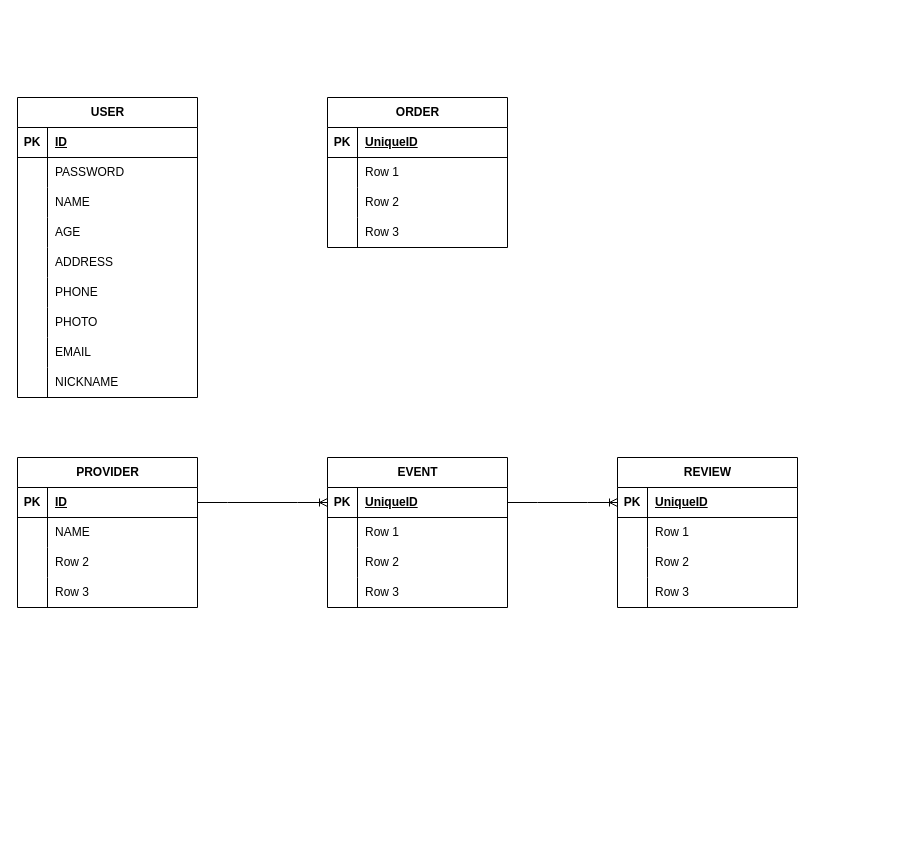
The draw.io diagram EventLinkERD.drawio in leeheeweon/EventLink, before the edit. Source tidied: cells renumbered, new cells numbered last; positions are measured from the earlier drawing's top-left corner, leaving out a move shared by most shapes. Both pictures are drawn from the tidied source at 100%, with x=0, y=0 at pixel (17, 97).
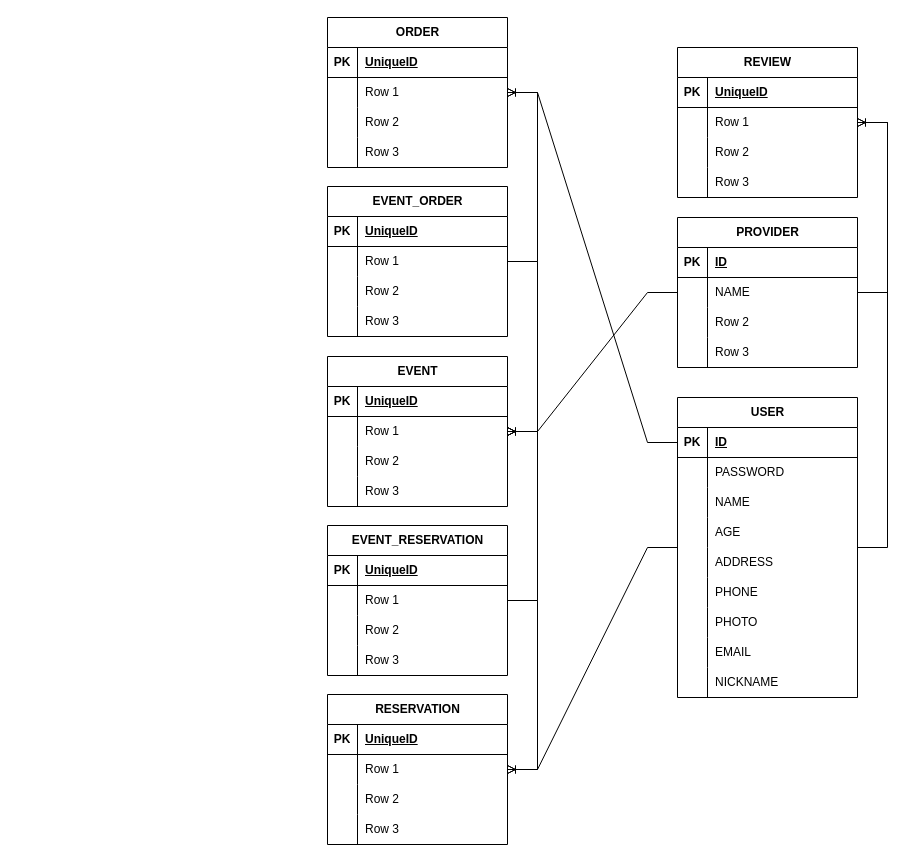
After the change.

Unchanged cells that the change refers to:
```xml
<mxCell id="3" style="shape=tableRow;horizontal=0;startSize=0;swimlaneHead=0;swimlaneBody=0;fillColor=none;points=[[0,0.5],[1,0.5]];portConstraint=eastwest;top=0;left=0;right=0;bottom=1;" parent="2" vertex="1">
  <mxGeometry y="30" width="180" height="30" as="geometry" />
</mxCell>
<mxCell id="31" style="shape=tableRow;horizontal=0;startSize=0;swimlaneHead=0;swimlaneBody=0;fillColor=none;points=[[0,0.5],[1,0.5]];portConstraint=eastwest;top=0;left=0;right=0;bottom=1;" parent="30" vertex="1">
  <mxGeometry y="30" width="180" height="30" as="geometry" />
</mxCell>
<mxCell id="44" style="shape=tableRow;horizontal=0;startSize=0;swimlaneHead=0;swimlaneBody=0;fillColor=none;points=[[0,0.5],[1,0.5]];portConstraint=eastwest;top=0;left=0;right=0;bottom=1;" parent="43" vertex="1">
  <mxGeometry y="30" width="180" height="30" as="geometry" />
</mxCell>
<mxCell id="70" style="shape=tableRow;horizontal=0;startSize=0;swimlaneHead=0;swimlaneBody=0;fillColor=none;points=[[0,0.5],[1,0.5]];portConstraint=eastwest;top=0;left=0;right=0;bottom=1;" parent="69" vertex="1">
  <mxGeometry y="30" width="180" height="30" as="geometry" />
</mxCell>
```

Change to the diagram source:
```diff
@@
     <mxCell id="2" value="USER" style="shape=table;startSize=30;childLayout=tableLayout;rowLines=0;fontStyle=1;align=center;html=1;" parent="1" vertex="1">
-      <mxGeometry width="180" height="300" as="geometry" />
+      <mxGeometry x="660" y="300" width="180" height="300" as="geometry" />
     </mxCell>
@@
     <mxCell id="30" value="EVENT" style="shape=table;startSize=30;childLayout=tableLayout;rowLines=0;fontStyle=1;align=center;html=1;" parent="1" vertex="1">
-      <mxGeometry x="310" y="360" width="180" height="150" as="geometry" />
+      <mxGeometry x="310" y="259" width="180" height="150" as="geometry" />
     </mxCell>
@@
     <mxCell id="43" value="PROVIDER" style="shape=table;startSize=30;childLayout=tableLayout;rowLines=0;fontStyle=1;align=center;html=1;" parent="1" vertex="1">
-      <mxGeometry y="360" width="180" height="150" as="geometry" />
+      <mxGeometry x="660" y="120" width="180" height="150" as="geometry" />
     </mxCell>
@@
     <mxCell id="56" value="ORDER" style="shape=table;startSize=30;childLayout=tableLayout;rowLines=0;fontStyle=1;align=center;html=1;" parent="1" vertex="1">
-      <mxGeometry x="310" width="180" height="150" as="geometry" />
+      <mxGeometry x="310" y="-80" width="180" height="150" as="geometry" />
     </mxCell>
@@
     <mxCell id="69" value="REVIEW" style="shape=table;startSize=30;childLayout=tableLayout;rowLines=0;fontStyle=1;align=center;html=1;" parent="1" vertex="1">
-      <mxGeometry x="600" y="360" width="180" height="150" as="geometry" />
+      <mxGeometry x="660" y="-50" width="180" height="150" as="geometry" />
     </mxCell>
@@
-    <mxCell id="82" style="edgeStyle=entityRelationEdgeStyle;fontSize=12;html=1;endArrow=ERoneToMany;rounded=0;exitX=1;exitY=0.5;exitDx=0;exitDy=0;entryX=0;entryY=0.5;entryDx=0;entryDy=0;" parent="1" edge="1" source="44" target="31">
+    <mxCell id="82" style="edgeStyle=entityRelationEdgeStyle;fontSize=12;html=1;endArrow=ERoneToMany;rounded=0;" parent="1" edge="1" source="43" target="30">
       <mxGeometry relative="1" as="geometry" />
     </mxCell>
-    <mxCell id="83" style="edgeStyle=entityRelationEdgeStyle;fontSize=12;html=1;endArrow=ERoneToMany;rounded=0;exitX=1;exitY=0.5;exitDx=0;exitDy=0;entryX=0;entryY=0.5;entryDx=0;entryDy=0;" parent="1" edge="1" source="31" target="70">
+    <mxCell id="83" style="edgeStyle=entityRelationEdgeStyle;fontSize=12;html=1;endArrow=ERoneToMany;rounded=0;" parent="1" edge="1" source="43" target="69">
       <mxGeometry relative="1" as="geometry" />
     </mxCell>
+    <mxCell id="84" value="EVENT_ORDER" style="shape=table;startSize=30;childLayout=tableLayout;rowLines=0;fontStyle=1;align=center;html=1;" parent="1" vertex="1">
+      <mxGeometry x="310" y="89" width="180" height="150" as="geometry" />
+    </mxCell>
+    <mxCell id="85" style="shape=tableRow;horizontal=0;startSize=0;swimlaneHead=0;swimlaneBody=0;fillColor=none;top=0;left=0;right=0;bottom=1;" parent="84" vertex="1">
+      <mxGeometry y="30" width="180" height="30" as="geometry" />
+    </mxCell>
+    <mxCell id="86" value="PK" style="shape=partialRectangle;fillColor=none;top=0;left=0;bottom=0;right=0;fontStyle=1;overflow=hidden;whiteSpace=wrap;html=1;" parent="85" vertex="1">
+      <mxGeometry width="30" height="30" as="geometry" />
+    </mxCell>
+    <mxCell id="87" value="UniqueID" style="shape=partialRectangle;fillColor=none;top=0;left=0;bottom=0;right=0;align=left;spacingLeft=6;fontStyle=5;overflow=hidden;whiteSpace=wrap;html=1;" parent="85" vertex="1">
+      <mxGeometry x="30" width="150" height="30" as="geometry" />
+    </mxCell>
+    <mxCell id="88" style="shape=tableRow;horizontal=0;startSize=0;swimlaneHead=0;swimlaneBody=0;fillColor=none;top=0;left=0;right=0;bottom=0;" parent="84" vertex="1">
+      <mxGeometry y="60" width="180" height="30" as="geometry" />
+    </mxCell>
+    <mxCell id="89" style="shape=partialRectangle;fillColor=none;top=0;left=0;bottom=0;right=0;overflow=hidden;whiteSpace=wrap;html=1;" parent="88" vertex="1">
+      <mxGeometry width="30" height="30" as="geometry" />
+    </mxCell>
+    <mxCell id="90" value="Row 1" style="shape=partialRectangle;fillColor=none;top=0;left=0;bottom=0;right=0;align=left;spacingLeft=6;overflow=hidden;whiteSpace=wrap;html=1;" parent="88" vertex="1">
+      <mxGeometry x="30" width="150" height="30" as="geometry" />
+    </mxCell>
+    <mxCell id="91" style="shape=tableRow;horizontal=0;startSize=0;swimlaneHead=0;swimlaneBody=0;fillColor=none;top=0;left=0;right=0;bottom=0;" parent="84" vertex="1">
+      <mxGeometry y="90" width="180" height="30" as="geometry" />
+    </mxCell>
+    <mxCell id="92" style="shape=partialRectangle;fillColor=none;top=0;left=0;bottom=0;right=0;overflow=hidden;whiteSpace=wrap;html=1;" parent="91" vertex="1">
+      <mxGeometry width="30" height="30" as="geometry" />
+    </mxCell>
+    <mxCell id="93" value="Row 2" style="shape=partialRectangle;fillColor=none;top=0;left=0;bottom=0;right=0;align=left;spacingLeft=6;overflow=hidden;whiteSpace=wrap;html=1;" parent="91" vertex="1">
+      <mxGeometry x="30" width="150" height="30" as="geometry" />
+    </mxCell>
+    <mxCell id="94" style="shape=tableRow;horizontal=0;startSize=0;swimlaneHead=0;swimlaneBody=0;fillColor=none;top=0;left=0;right=0;bottom=0;" parent="84" vertex="1">
+      <mxGeometry y="120" width="180" height="30" as="geometry" />
+    </mxCell>
+    <mxCell id="95" style="shape=partialRectangle;fillColor=none;top=0;left=0;bottom=0;right=0;overflow=hidden;whiteSpace=wrap;html=1;" parent="94" vertex="1">
+      <mxGeometry width="30" height="30" as="geometry" />
+    </mxCell>
+    <mxCell id="96" value="Row 3" style="shape=partialRectangle;fillColor=none;top=0;left=0;bottom=0;right=0;align=left;spacingLeft=6;overflow=hidden;whiteSpace=wrap;html=1;" parent="94" vertex="1">
+      <mxGeometry x="30" width="150" height="30" as="geometry" />
+    </mxCell>
+    <mxCell id="97" value="RESERVATION" style="shape=table;startSize=30;childLayout=tableLayout;rowLines=0;fontStyle=1;align=center;html=1;" parent="1" vertex="1">
+      <mxGeometry x="310" y="597" width="180" height="150" as="geometry" />
+    </mxCell>
+    <mxCell id="98" style="shape=tableRow;horizontal=0;startSize=0;swimlaneHead=0;swimlaneBody=0;fillColor=none;top=0;left=0;right=0;bottom=1;" parent="97" vertex="1">
+      <mxGeometry y="30" width="180" height="30" as="geometry" />
+    </mxCell>
+    <mxCell id="99" value="PK" style="shape=partialRectangle;fillColor=none;top=0;left=0;bottom=0;right=0;fontStyle=1;overflow=hidden;whiteSpace=wrap;html=1;" parent="98" vertex="1">
+      <mxGeometry width="30" height="30" as="geometry" />
+    </mxCell>
+    <mxCell id="100" value="UniqueID" style="shape=partialRectangle;fillColor=none;top=0;left=0;bottom=0;right=0;align=left;spacingLeft=6;fontStyle=5;overflow=hidden;whiteSpace=wrap;html=1;" parent="98" vertex="1">
+      <mxGeometry x="30" width="150" height="30" as="geometry" />
+    </mxCell>
+    <mxCell id="101" style="shape=tableRow;horizontal=0;startSize=0;swimlaneHead=0;swimlaneBody=0;fillColor=none;top=0;left=0;right=0;bottom=0;" parent="97" vertex="1">
+      <mxGeometry y="60" width="180" height="30" as="geometry" />
+    </mxCell>
+    <mxCell id="102" style="shape=partialRectangle;fillColor=none;top=0;left=0;bottom=0;right=0;overflow=hidden;whiteSpace=wrap;html=1;" parent="101" vertex="1">
+      <mxGeometry width="30" height="30" as="geometry" />
+    </mxCell>
+    <mxCell id="103" value="Row 1" style="shape=partialRectangle;fillColor=none;top=0;left=0;bottom=0;right=0;align=left;spacingLeft=6;overflow=hidden;whiteSpace=wrap;html=1;" parent="101" vertex="1">
+      <mxGeometry x="30" width="150" height="30" as="geometry" />
+    </mxCell>
+    <mxCell id="104" style="shape=tableRow;horizontal=0;startSize=0;swimlaneHead=0;swimlaneBody=0;fillColor=none;top=0;left=0;right=0;bottom=0;" parent="97" vertex="1">
+      <mxGeometry y="90" width="180" height="30" as="geometry" />
+    </mxCell>
+    <mxCell id="105" style="shape=partialRectangle;fillColor=none;top=0;left=0;bottom=0;right=0;overflow=hidden;whiteSpace=wrap;html=1;" parent="104" vertex="1">
+      <mxGeometry width="30" height="30" as="geometry" />
+    </mxCell>
+    <mxCell id="106" value="Row 2" style="shape=partialRectangle;fillColor=none;top=0;left=0;bottom=0;right=0;align=left;spacingLeft=6;overflow=hidden;whiteSpace=wrap;html=1;" parent="104" vertex="1">
+      <mxGeometry x="30" width="150" height="30" as="geometry" />
+    </mxCell>
+    <mxCell id="107" style="shape=tableRow;horizontal=0;startSize=0;swimlaneHead=0;swimlaneBody=0;fillColor=none;top=0;left=0;right=0;bottom=0;" parent="97" vertex="1">
+      <mxGeometry y="120" width="180" height="30" as="geometry" />
+    </mxCell>
+    <mxCell id="108" style="shape=partialRectangle;fillColor=none;top=0;left=0;bottom=0;right=0;overflow=hidden;whiteSpace=wrap;html=1;" parent="107" vertex="1">
+      <mxGeometry width="30" height="30" as="geometry" />
+    </mxCell>
+    <mxCell id="109" value="Row 3" style="shape=partialRectangle;fillColor=none;top=0;left=0;bottom=0;right=0;align=left;spacingLeft=6;overflow=hidden;whiteSpace=wrap;html=1;" parent="107" vertex="1">
+      <mxGeometry x="30" width="150" height="30" as="geometry" />
+    </mxCell>
+    <mxCell id="110" style="edgeStyle=entityRelationEdgeStyle;fontSize=12;html=1;endArrow=ERoneToMany;rounded=0;" parent="1" edge="1" source="84" target="30">
+      <mxGeometry relative="1" as="geometry" />
+    </mxCell>
+    <mxCell id="111" style="edgeStyle=entityRelationEdgeStyle;fontSize=12;html=1;endArrow=ERoneToMany;rounded=0;" parent="1" edge="1" source="84" target="56">
+      <mxGeometry relative="1" as="geometry" />
+    </mxCell>
+    <mxCell id="112" style="edgeStyle=entityRelationEdgeStyle;fontSize=12;html=1;endArrow=ERoneToMany;rounded=0;exitX=0;exitY=0.5;exitDx=0;exitDy=0;" parent="1" edge="1" source="3" target="56">
+      <mxGeometry relative="1" as="geometry" />
+    </mxCell>
+    <mxCell id="113" value="EVENT_RESERVATION" style="shape=table;startSize=30;childLayout=tableLayout;rowLines=0;fontStyle=1;align=center;html=1;" parent="1" vertex="1">
+      <mxGeometry x="310" y="428" width="180" height="150" as="geometry" />
+    </mxCell>
+    <mxCell id="114" style="shape=tableRow;horizontal=0;startSize=0;swimlaneHead=0;swimlaneBody=0;fillColor=none;top=0;left=0;right=0;bottom=1;" parent="113" vertex="1">
+      <mxGeometry y="30" width="180" height="30" as="geometry" />
+    </mxCell>
+    <mxCell id="115" value="PK" style="shape=partialRectangle;fillColor=none;top=0;left=0;bottom=0;right=0;fontStyle=1;overflow=hidden;whiteSpace=wrap;html=1;" parent="114" vertex="1">
+      <mxGeometry width="30" height="30" as="geometry" />
+    </mxCell>
+    <mxCell id="116" value="UniqueID" style="shape=partialRectangle;fillColor=none;top=0;left=0;bottom=0;right=0;align=left;spacingLeft=6;fontStyle=5;overflow=hidden;whiteSpace=wrap;html=1;" parent="114" vertex="1">
+      <mxGeometry x="30" width="150" height="30" as="geometry" />
+    </mxCell>
+    <mxCell id="117" style="shape=tableRow;horizontal=0;startSize=0;swimlaneHead=0;swimlaneBody=0;fillColor=none;top=0;left=0;right=0;bottom=0;" parent="113" vertex="1">
+      <mxGeometry y="60" width="180" height="30" as="geometry" />
+    </mxCell>
+    <mxCell id="118" style="shape=partialRectangle;fillColor=none;top=0;left=0;bottom=0;right=0;overflow=hidden;whiteSpace=wrap;html=1;" parent="117" vertex="1">
+      <mxGeometry width="30" height="30" as="geometry" />
+    </mxCell>
+    <mxCell id="119" value="Row 1" style="shape=partialRectangle;fillColor=none;top=0;left=0;bottom=0;right=0;align=left;spacingLeft=6;overflow=hidden;whiteSpace=wrap;html=1;" parent="117" vertex="1">
+      <mxGeometry x="30" width="150" height="30" as="geometry" />
+    </mxCell>
+    <mxCell id="120" style="shape=tableRow;horizontal=0;startSize=0;swimlaneHead=0;swimlaneBody=0;fillColor=none;top=0;left=0;right=0;bottom=0;" parent="113" vertex="1">
+      <mxGeometry y="90" width="180" height="30" as="geometry" />
+    </mxCell>
+    <mxCell id="121" style="shape=partialRectangle;fillColor=none;top=0;left=0;bottom=0;right=0;overflow=hidden;whiteSpace=wrap;html=1;" parent="120" vertex="1">
+      <mxGeometry width="30" height="30" as="geometry" />
+    </mxCell>
+    <mxCell id="122" value="Row 2" style="shape=partialRectangle;fillColor=none;top=0;left=0;bottom=0;right=0;align=left;spacingLeft=6;overflow=hidden;whiteSpace=wrap;html=1;" parent="120" vertex="1">
+      <mxGeometry x="30" width="150" height="30" as="geometry" />
+    </mxCell>
+    <mxCell id="123" style="shape=tableRow;horizontal=0;startSize=0;swimlaneHead=0;swimlaneBody=0;fillColor=none;top=0;left=0;right=0;bottom=0;" parent="113" vertex="1">
+      <mxGeometry y="120" width="180" height="30" as="geometry" />
+    </mxCell>
+    <mxCell id="124" style="shape=partialRectangle;fillColor=none;top=0;left=0;bottom=0;right=0;overflow=hidden;whiteSpace=wrap;html=1;" parent="123" vertex="1">
+      <mxGeometry width="30" height="30" as="geometry" />
+    </mxCell>
+    <mxCell id="125" value="Row 3" style="shape=partialRectangle;fillColor=none;top=0;left=0;bottom=0;right=0;align=left;spacingLeft=6;overflow=hidden;whiteSpace=wrap;html=1;" parent="123" vertex="1">
+      <mxGeometry x="30" width="150" height="30" as="geometry" />
+    </mxCell>
+    <mxCell id="126" style="edgeStyle=entityRelationEdgeStyle;fontSize=12;html=1;endArrow=ERoneToMany;rounded=0;" parent="1" edge="1" source="113" target="30">
+      <mxGeometry relative="1" as="geometry" />
+    </mxCell>
+    <mxCell id="127" style="edgeStyle=entityRelationEdgeStyle;fontSize=12;html=1;endArrow=ERoneToMany;rounded=0;" parent="1" edge="1" source="113" target="97">
+      <mxGeometry relative="1" as="geometry" />
+    </mxCell>
+    <mxCell id="128" style="edgeStyle=entityRelationEdgeStyle;fontSize=12;html=1;endArrow=ERoneToMany;rounded=0;" parent="1" edge="1" source="2" target="97">
+      <mxGeometry relative="1" as="geometry" />
+    </mxCell>
+    <mxCell id="129" style="edgeStyle=entityRelationEdgeStyle;fontSize=12;html=1;endArrow=ERoneToMany;rounded=0;" parent="1" edge="1" source="2" target="69">
+      <mxGeometry relative="1" as="geometry" />
+    </mxCell>
```
